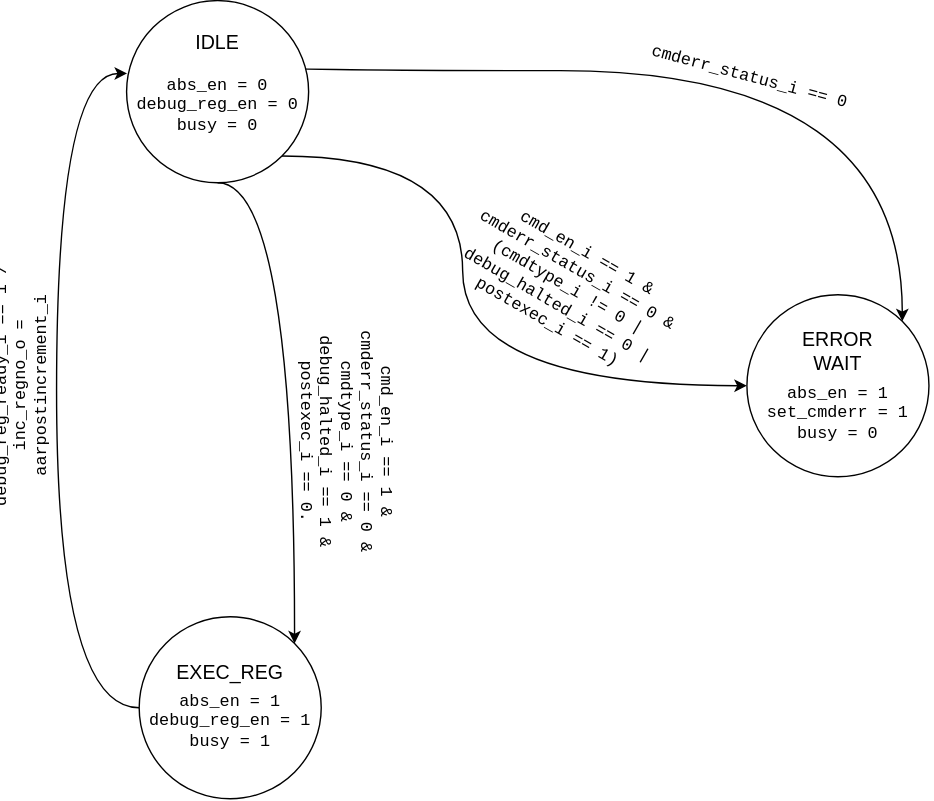
Above: design/abstract_command_fsm.svg in husnainjatoi/MEDS-S1-debug-module (draw.io), before the change. Source tidied: cells renumbered, new cells last; positions are measured from the earlier drawing's top-left corner, leaving out a move shared by most shapes.
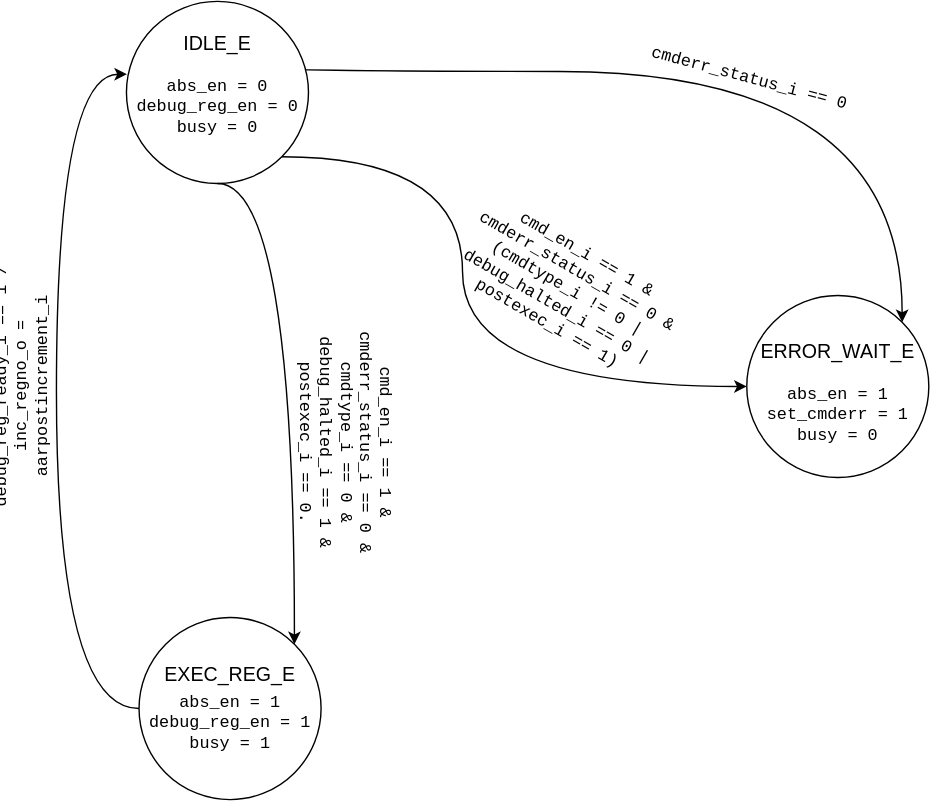
Later version of the same file.

Commit message:
Fix state names to match coding standards of MEDS-S1

What changed in the source:
```diff
@@ -22,7 +22,7 @@
     <mxCell id="4" style="ellipse;whiteSpace=wrap;html=1;shapeInside=1;" parent="1" vertex="1">
       <mxGeometry x="190" width="130" height="130" as="geometry" />
     </mxCell>
-    <mxCell id="5" value="IDLE" style="text;html=1;whiteSpace=wrap;strokeColor=none;fillColor=none;align=center;verticalAlign=middle;rounded=0;fontSize=14;" parent="1" vertex="1">
+    <mxCell id="5" value="IDLE_E" style="text;html=1;whiteSpace=wrap;strokeColor=none;fillColor=none;align=center;verticalAlign=middle;rounded=0;fontSize=14;" parent="1" vertex="1">
       <mxGeometry x="222" y="20" width="66" height="20" as="geometry" />
     </mxCell>
     <mxCell id="6" value="&lt;div&gt;abs_en = 0&lt;/div&gt;&lt;div&gt;debug_reg_en = 0&lt;/div&gt;&lt;div&gt;busy = 0&lt;/div&gt;" style="text;html=1;whiteSpace=wrap;strokeColor=none;fillColor=none;align=center;verticalAlign=middle;rounded=0;fontFamily=courier ;rotation=0;" parent="1" vertex="1">
@@ -39,7 +39,7 @@
     <mxCell id="8" style="ellipse;whiteSpace=wrap;html=1;shapeInside=1;" parent="1" vertex="1">
       <mxGeometry x="199" y="440" width="130" height="130" as="geometry" />
     </mxCell>
-    <mxCell id="9" value="EXEC_REG" style="text;html=1;whiteSpace=wrap;strokeColor=none;fillColor=none;align=center;verticalAlign=middle;rounded=0;fontSize=14;" parent="1" vertex="1">
+    <mxCell id="9" value="EXEC_REG_E" style="text;html=1;whiteSpace=wrap;strokeColor=none;fillColor=none;align=center;verticalAlign=middle;rounded=0;fontSize=14;" parent="1" vertex="1">
       <mxGeometry x="231" y="470" width="66" height="20" as="geometry" />
     </mxCell>
     <mxCell id="10" value="&lt;div&gt;abs_en = 1&lt;/div&gt;&lt;div&gt;debug_reg_en = 1&lt;/div&gt;&lt;div&gt;busy = 1&lt;/div&gt;" style="text;html=1;whiteSpace=wrap;strokeColor=none;fillColor=none;align=center;verticalAlign=middle;rounded=0;fontFamily=courier ;rotation=0;" parent="1" vertex="1">
@@ -48,7 +48,7 @@
     <mxCell id="11" style="ellipse;whiteSpace=wrap;html=1;shapeInside=1;" parent="1" vertex="1">
       <mxGeometry x="633" y="210" width="130" height="130" as="geometry" />
     </mxCell>
-    <mxCell id="12" value="&lt;div&gt;ERROR&lt;/div&gt;WAIT" style="text;html=1;whiteSpace=wrap;strokeColor=none;fillColor=none;align=center;verticalAlign=middle;rounded=0;fontSize=14;" parent="1" vertex="1">
+    <mxCell id="12" value="ERROR_WAIT_E" style="text;html=1;whiteSpace=wrap;strokeColor=none;fillColor=none;align=center;verticalAlign=middle;rounded=0;fontSize=14;" parent="1" vertex="1">
       <mxGeometry x="665" y="240" width="66" height="20" as="geometry" />
     </mxCell>
     <mxCell id="13" value="&lt;div&gt;abs_en = 1&lt;/div&gt;&lt;div&gt;set_cmderr = 1&lt;/div&gt;&lt;div&gt;busy = 0&lt;/div&gt;" style="text;html=1;whiteSpace=wrap;strokeColor=none;fillColor=none;align=center;verticalAlign=middle;rounded=0;fontFamily=courier ;rotation=0;" parent="1" vertex="1">
```
